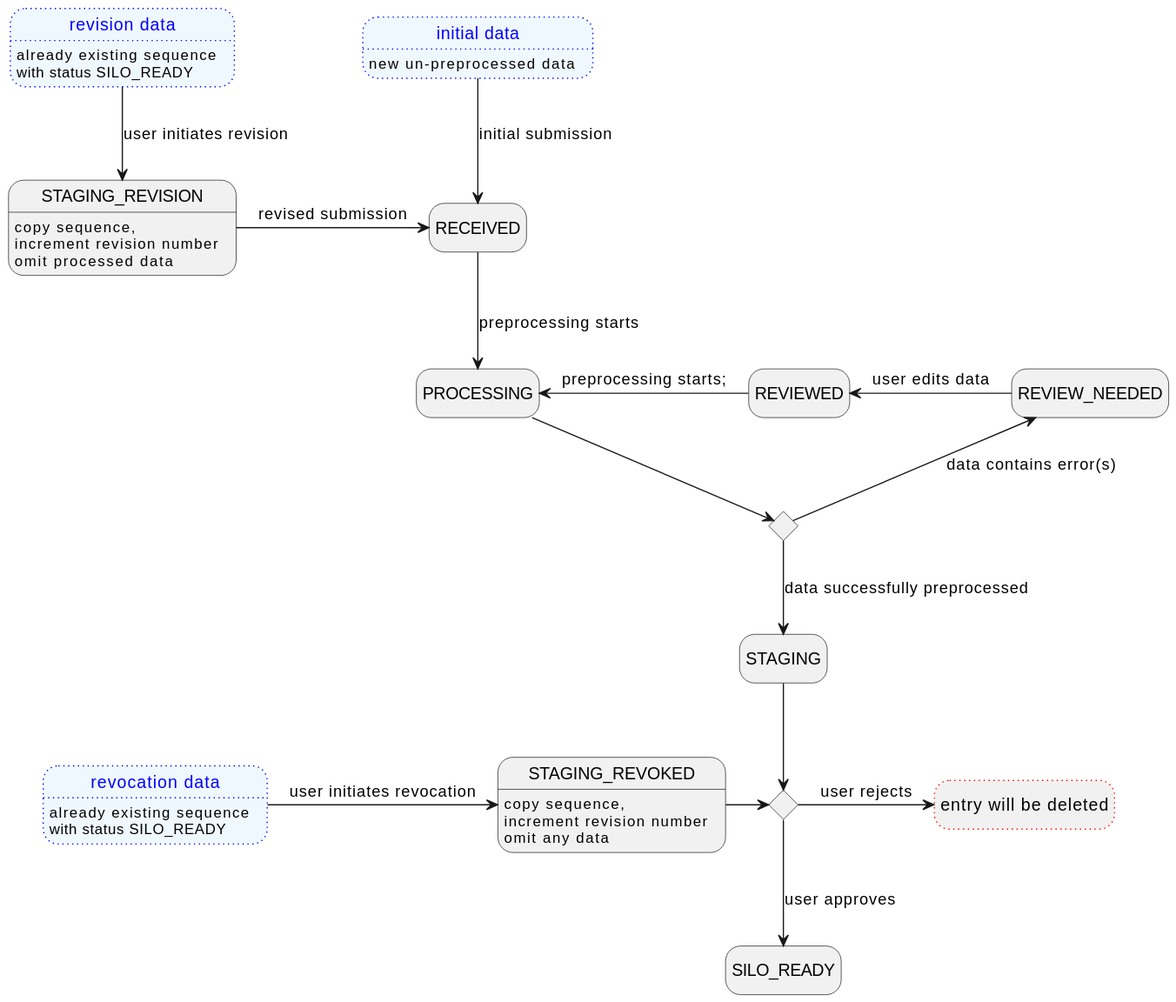
Before: backend/docs/plantuml/statusChange.svg, a diagram exported from PlantUML (loculus-project/loculus).
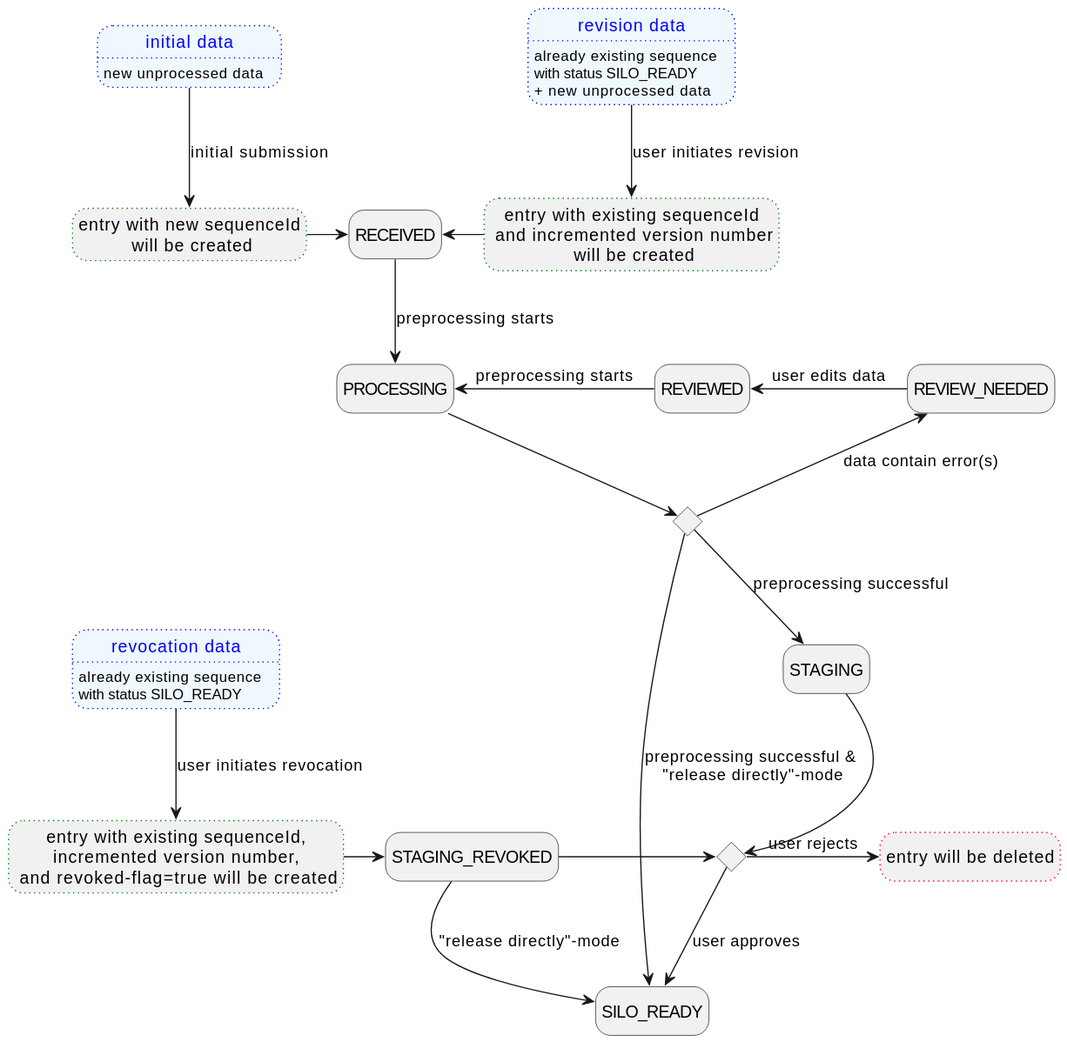
After the change.

Commit message:
docs(backend): fix submit/revise/revoke-workflow example and diagram

Diff of the diagram source:
```diff
@@ -2,51 +2,49 @@
     hide empty description
 
     state INITIAL_DATA as "initial data" #aliceblue;line:blue;line.dotted;text:blue {
-        INITIAL_DATA: new un-preprocessed data
+        INITIAL_DATA: new unprocessed data
         }
     state REVISION_DATA as "revision data" #aliceblue;line:blue;line.dotted;text:blue {
         REVISION_DATA: already existing sequence
         REVISION_DATA: with status SILO_READY
+        REVISION_DATA: + new unprocessed data
     }
     state REVOKED_DATA as "revocation data" #aliceblue;line:blue;line.dotted;text:blue{
         REVOKED_DATA: already existing sequence
         REVOKED_DATA: with status SILO_READY
     }
 
-    state STAGING_REVISION {
-    STAGING_REVISION: copy sequence,
-        STAGING_REVISION: increment revision number
-        STAGING_REVISION: omit processed data
-        }
-    state STAGING_REVOKED {
-      STAGING_REVOKED: copy sequence,
-          STAGING_REVOKED: increment revision number
-          STAGING_REVOKED: omit any data
-          }
+    state STAGING_REVOKED
     state RECEIVED
     state PROCESSING
     state REVIEW_NEEDED
     state REVIEWED
     state SILO_READY
 
+    state CREATING_SUBMIT as "entry with new sequenceId\n will be created" #line:green;line.dotted
+    state CREATING_REVISE as "entry with existing sequenceId\n and incremented version number\n will be created" #line:green;line.dotted
+    state CREATING_REVOKE as "entry with existing sequenceId,\n incremented version number, \n and revoked-flag=true will be created" #line:green;line.dotted
     state DELETION as "entry will be deleted" #line:red;line.dotted
     state is_error <<choice>>
     state is_approved <<choice>>
 
+    INITIAL_DATA -d-> CREATING_SUBMIT : initial submission
+    CREATING_SUBMIT -r-> RECEIVED
+    REVISION_DATA -d-> CREATING_REVISE : user initiates revision
+    CREATING_REVISE -l-> RECEIVED
 
-    REVOKED_DATA -right-> STAGING_REVOKED : user initiates revocation
-    STAGING_REVOKED -right-> is_approved
+    REVOKED_DATA -d-> CREATING_REVOKE : user initiates revocation
+    CREATING_REVOKE -r-> STAGING_REVOKED
+    STAGING_REVOKED -r-> is_approved
+    STAGING_REVOKED --> SILO_READY : "release directly"-mode
 
-    INITIAL_DATA --> RECEIVED : initial submission
-    REVISION_DATA -d-> STAGING_REVISION : user initiates revision
-
-    STAGING_REVISION -r-> RECEIVED : revised submission
     RECEIVED --> PROCESSING : preprocessing starts
     PROCESSING --> is_error
-    is_error -u-> REVIEW_NEEDED : data contains error(s)
+    is_error -u-> REVIEW_NEEDED : data contain error(s)
     REVIEW_NEEDED -l-> REVIEWED : user edits data
-    REVIEWED -l-> PROCESSING : preprocessing starts;
-    is_error --> STAGING : data successfully preprocessed
+    REVIEWED -l-> PROCESSING : preprocessing starts
+    is_error --> STAGING : preprocessing successful
+    is_error --> SILO_READY : preprocessing successful &\n "release directly"-mode
     STAGING --> is_approved
     is_approved -d-> SILO_READY : user approves
     is_approved -r-> DELETION : user rejects
```
